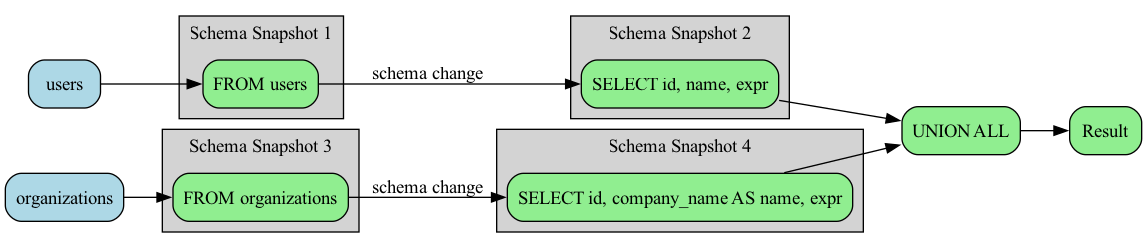
Above: examples/union_query_schema.png in rot1024/sqloflow (Graphviz), before the change. Its source is kept beside it as examples/union_query_schema.dot. Source of this version:
```dot
digraph sqloflow {
  rankdir=LR;
  node [shape=box, style=rounded];

  node_0 [label="users", fillcolor=lightblue, style="filled,rounded"];
  node_3 [label="UNION ALL", fillcolor=lightgreen, style="filled,rounded"];
  node_4 [label="organizations", fillcolor=lightblue, style="filled,rounded"];
  node_7 [label="Result", fillcolor=lightgreen, style="filled,rounded"];
  subgraph cluster_0 {
    label="Schema Snapshot 1";
    style=filled;
    fillcolor=lightgray;
    node_1 [label="FROM users", fillcolor=lightgreen, style="filled,rounded"];
  }
  subgraph cluster_1 {
    label="Schema Snapshot 2";
    style=filled;
    fillcolor=lightgray;
    node_2 [label="SELECT id, name, expr", fillcolor=lightgreen, style="filled,rounded"];
  }
  subgraph cluster_2 {
    label="Schema Snapshot 3";
    style=filled;
    fillcolor=lightgray;
    node_5 [label="FROM organizations", fillcolor=lightgreen, style="filled,rounded"];
  }
  subgraph cluster_3 {
    label="Schema Snapshot 4";
    style=filled;
    fillcolor=lightgray;
    node_6 [label="SELECT id, company_name AS name, expr", fillcolor=lightgreen, style="filled,rounded"];
  }

  node_0 -> node_1 [color=black];
  node_1 -> node_2 [color=black, label="schema change"];
  node_2 -> node_3 [color=black];
  node_4 -> node_5 [color=black];
  node_5 -> node_6 [color=black, label="schema change"];
  node_6 -> node_3 [color=black];
  node_3 -> node_7 [color=black];
}
```
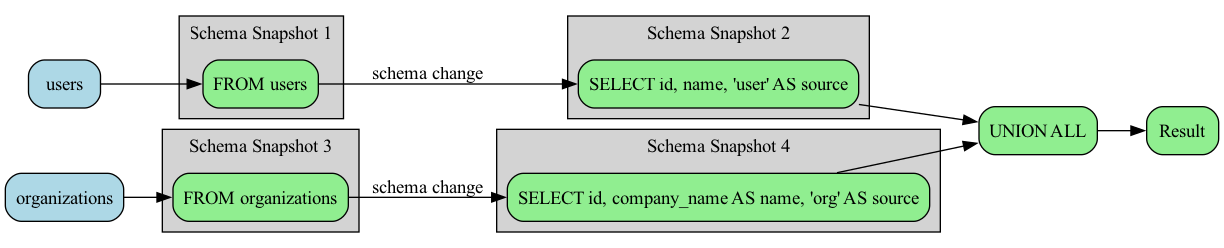
After the commit.

What changed in the source:
```diff
@@ -16,7 +16,7 @@
     label="Schema Snapshot 2";
     style=filled;
     fillcolor=lightgray;
-    node_2 [label="SELECT id, name, expr", fillcolor=lightgreen, style="filled,rounded"];
+    node_2 [label="SELECT id, name, 'user' AS source", fillcolor=lightgreen, style="filled,rounded"];
   }
   subgraph cluster_2 {
     label="Schema Snapshot 3";
@@ -28,7 +28,7 @@
     label="Schema Snapshot 4";
     style=filled;
     fillcolor=lightgray;
-    node_6 [label="SELECT id, company_name AS name, expr", fillcolor=lightgreen, style="filled,rounded"];
+    node_6 [label="SELECT id, company_name AS name, 'org' AS source", fillcolor=lightgreen, style="filled,rounded"];
   }
 
   node_0 -> node_1 [color=black];
```
